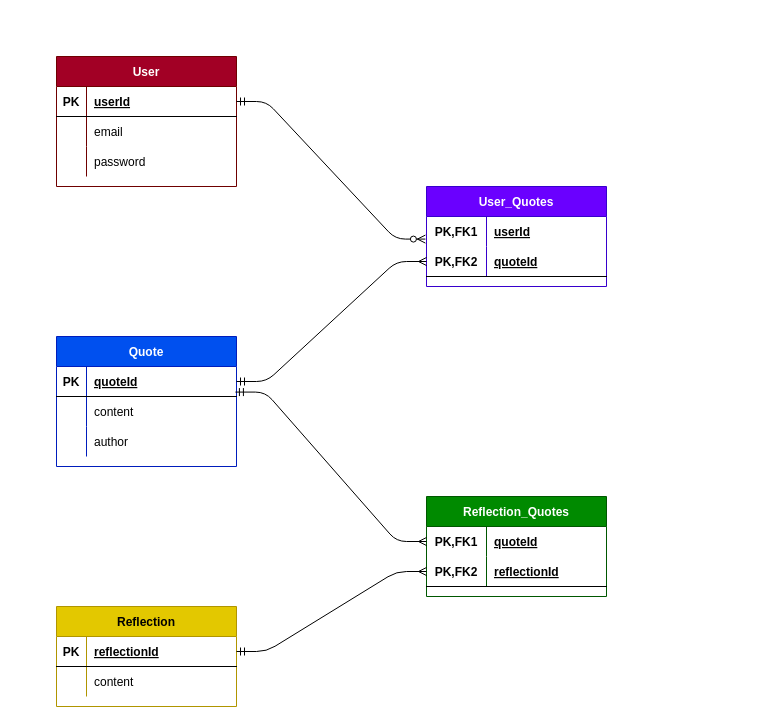
syorn96/WordsNotFromBuddha keeps this draw.io diagram as ERD.drawio. Above is the earlier version. Source tidied: cells renumbered, new cells numbered last; positions are measured from the earlier drawing's top-left corner, leaving out a move shared by most shapes. Both pictures are drawn from the tidied source at 100%, with x=0, y=0 at pixel (56, 56).
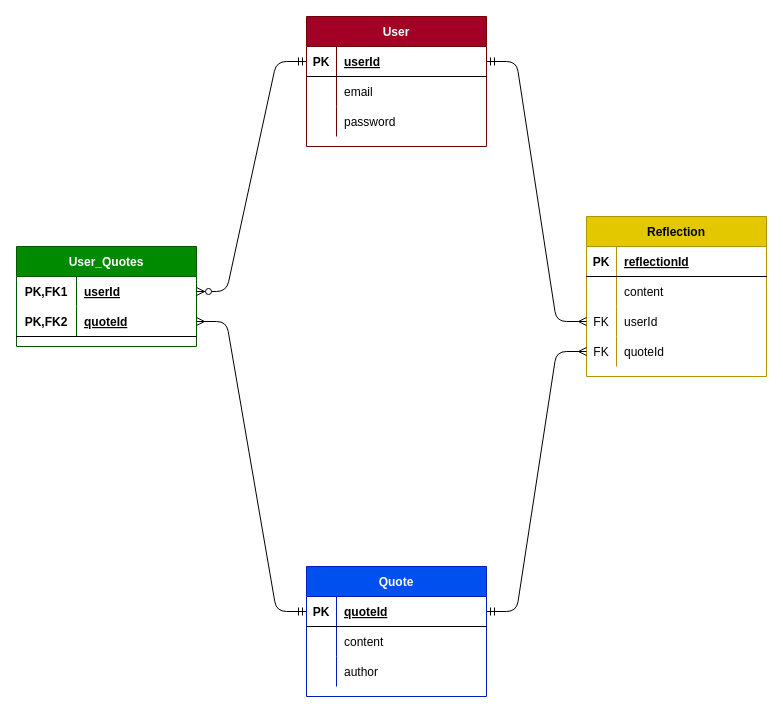
The same page after the edit.

Unchanged cells that the change refers to:
```xml
<mxCell id="3" style="shape=partialRectangle;fillColor=none;top=0;left=0;bottom=1;right=0;points=[[0,0.5],[1,0.5]];portConstraint=eastwest;" parent="2" vertex="1">
  <mxGeometry y="30" width="180" height="30" as="geometry" />
</mxCell>
<mxCell id="13" style="shape=partialRectangle;fillColor=none;top=0;left=0;bottom=1;right=0;points=[[0,0.5],[1,0.5]];portConstraint=eastwest;" parent="12" vertex="1">
  <mxGeometry y="30" width="180" height="30" as="geometry" />
</mxCell>
<mxCell id="23" style="shape=partialRectangle;fillColor=none;top=0;left=0;bottom=1;right=0;points=[[0,0.5],[1,0.5]];portConstraint=eastwest;" parent="22" vertex="1">
  <mxGeometry y="30" width="180" height="30" as="geometry" />
</mxCell>
<mxCell id="30" style="shape=partialRectangle;fillColor=none;top=0;left=0;bottom=0;right=0;points=[[0,0.5],[1,0.5]];portConstraint=eastwest;" parent="29" vertex="1">
  <mxGeometry y="30" width="180" height="30" as="geometry" />
</mxCell>
<mxCell id="33" style="shape=partialRectangle;fillColor=none;top=0;left=0;bottom=1;right=0;points=[[0,0.5],[1,0.5]];portConstraint=eastwest;" parent="29" vertex="1">
  <mxGeometry y="60" width="180" height="30" as="geometry" />
</mxCell>
```

Diff of the diagram source:
```diff
@@
     <mxCell id="2" value="User" style="shape=table;startSize=30;childLayout=tableLayout;rowLines=0;fontStyle=1;align=center;swimlaneFillColor=default;fillColor=#a20025;fontColor=#ffffff;strokeColor=#6F0000;" parent="1" vertex="1">
-      <mxGeometry width="180" height="130" as="geometry" />
+      <mxGeometry x="250" y="-40" width="180" height="130" as="geometry" />
     </mxCell>
@@
     <mxCell id="12" value="Quote" style="shape=table;startSize=30;childLayout=tableLayout;rowLines=0;fontStyle=1;align=center;swimlaneFillColor=default;fillColor=#0050ef;fontColor=#ffffff;strokeColor=#001DBC;" parent="1" vertex="1">
-      <mxGeometry y="280" width="180" height="130" as="geometry" />
+      <mxGeometry x="250" y="510" width="180" height="130" as="geometry" />
     </mxCell>
@@
     <mxCell id="22" value="Reflection" style="shape=table;startSize=30;childLayout=tableLayout;rowLines=0;fontStyle=1;align=center;swimlaneFillColor=default;fillColor=#e3c800;fontColor=#000000;strokeColor=#B09500;" parent="1" vertex="1">
-      <mxGeometry y="550" width="180" height="100" as="geometry" />
+      <mxGeometry x="530" y="160" width="180" height="160" as="geometry" />
     </mxCell>
@@
+    <mxCell id="47" style="shape=partialRectangle;fillColor=none;top=0;left=0;bottom=0;right=0;points=[[0,0.5],[1,0.5]];portConstraint=eastwest;" parent="22" vertex="1">
+      <mxGeometry y="90" width="180" height="30" as="geometry" />
+    </mxCell>
+    <mxCell id="48" value="FK" style="shape=partialRectangle;fillColor=none;top=0;left=0;bottom=0;right=0;overflow=hidden;" parent="47" vertex="1">
+      <mxGeometry width="30" height="30" as="geometry" />
+    </mxCell>
+    <mxCell id="49" value="userId" style="shape=partialRectangle;fillColor=none;top=0;left=0;bottom=0;right=0;align=left;spacingLeft=6;overflow=hidden;" parent="47" vertex="1">
+      <mxGeometry x="30" width="150" height="30" as="geometry" />
+    </mxCell>
+    <mxCell id="50" style="shape=partialRectangle;fillColor=none;top=0;left=0;bottom=0;right=0;points=[[0,0.5],[1,0.5]];portConstraint=eastwest;" parent="22" vertex="1">
+      <mxGeometry y="120" width="180" height="30" as="geometry" />
+    </mxCell>
+    <mxCell id="51" value="FK" style="shape=partialRectangle;fillColor=none;top=0;left=0;bottom=0;right=0;overflow=hidden;" parent="50" vertex="1">
+      <mxGeometry width="30" height="30" as="geometry" />
+    </mxCell>
+    <mxCell id="39" value="quoteId" style="shape=partialRectangle;fillColor=none;top=0;left=0;bottom=0;right=0;align=left;spacingLeft=6;overflow=hidden;" parent="50" vertex="1">
+      <mxGeometry x="30" width="150" height="30" as="geometry" />
+    </mxCell>
-    <mxCell id="29" value="User_Quotes" style="shape=table;startSize=30;childLayout=tableLayout;rowLines=0;fontStyle=1;align=center;fillColor=#6a00ff;strokeColor=#3700CC;fontColor=#ffffff;" parent="1" vertex="1">
-      <mxGeometry x="370" y="130" width="180" height="100" as="geometry" />
+    <mxCell id="29" value="User_Quotes" style="shape=table;startSize=30;childLayout=tableLayout;rowLines=0;fontStyle=1;align=center;fillColor=#008a00;strokeColor=#005700;fontColor=#ffffff;" parent="1" vertex="1">
+      <mxGeometry x="-40" y="190" width="180" height="100" as="geometry" />
     </mxCell>
@@
-    <mxCell id="36" value="Reflection_Quotes" style="shape=table;startSize=30;childLayout=tableLayout;rowLines=0;fontStyle=1;align=center;fillColor=#008a00;fontColor=#ffffff;strokeColor=#005700;" parent="1" vertex="1">
-      <mxGeometry x="370" y="440" width="180" height="100" as="geometry" />
-    </mxCell>
-    <mxCell id="37" style="shape=partialRectangle;fillColor=none;top=0;left=0;bottom=0;right=0;points=[[0,0.5],[1,0.5]];portConstraint=eastwest;" parent="36" vertex="1">
-      <mxGeometry y="30" width="180" height="30" as="geometry" />
-    </mxCell>
-    <mxCell id="38" value="PK,FK1" style="shape=partialRectangle;fillColor=none;top=0;left=0;bottom=0;right=0;fontStyle=1;overflow=hidden;" parent="37" vertex="1">
-      <mxGeometry width="60" height="30" as="geometry" />
-    </mxCell>
-    <mxCell id="39" value="quoteId" style="shape=partialRectangle;fillColor=none;top=0;left=0;bottom=0;right=0;align=left;spacingLeft=6;fontStyle=5;overflow=hidden;" parent="37" vertex="1">
-      <mxGeometry x="60" width="120" height="30" as="geometry" />
-    </mxCell>
-    <mxCell id="40" style="shape=partialRectangle;fillColor=none;top=0;left=0;bottom=1;right=0;points=[[0,0.5],[1,0.5]];portConstraint=eastwest;" parent="36" vertex="1">
-      <mxGeometry y="60" width="180" height="30" as="geometry" />
-    </mxCell>
-    <mxCell id="41" value="PK,FK2" style="shape=partialRectangle;fillColor=none;top=0;left=0;bottom=0;right=0;fontStyle=1;overflow=hidden;" parent="40" vertex="1">
-      <mxGeometry width="60" height="30" as="geometry" />
-    </mxCell>
-    <mxCell id="42" value="reflectionId" style="shape=partialRectangle;fillColor=none;top=0;left=0;bottom=0;right=0;align=left;spacingLeft=6;fontStyle=5;overflow=hidden;" parent="40" vertex="1">
-      <mxGeometry x="60" width="120" height="30" as="geometry" />
-    </mxCell>
-    <mxCell id="43" style="edgeStyle=entityRelationEdgeStyle;fontSize=12;html=1;endArrow=ERzeroToMany;startArrow=ERmandOne;exitX=1;exitY=0.5;exitDx=0;exitDy=0;entryX=-0.006;entryY=0.753;entryDx=0;entryDy=0;entryPerimeter=0;" parent="1" edge="1" source="3" target="30">
+    <mxCell id="43" style="edgeStyle=entityRelationEdgeStyle;fontSize=12;html=1;endArrow=ERzeroToMany;startArrow=ERmandOne;exitX=0;exitY=0.5;exitDx=0;exitDy=0;entryX=1;entryY=0.5;entryDx=0;entryDy=0;" parent="1" edge="1" source="3" target="30">
       <mxGeometry relative="1" as="geometry" />
     </mxCell>
-    <mxCell id="44" style="edgeStyle=entityRelationEdgeStyle;fontSize=12;html=1;endArrow=ERmany;startArrow=ERmandOne;exitX=1;exitY=0.5;exitDx=0;exitDy=0;entryX=0;entryY=0.5;entryDx=0;entryDy=0;endFill=0;" parent="1" edge="1" source="23" target="40">
+    <mxCell id="44" style="edgeStyle=entityRelationEdgeStyle;fontSize=12;html=1;endArrow=ERmany;startArrow=ERmandOne;endFill=0;entryX=0;entryY=0.5;entryDx=0;entryDy=0;exitX=1;exitY=0.5;exitDx=0;exitDy=0;" parent="1" edge="1" source="3" target="47">
       <mxGeometry relative="1" as="geometry" />
     </mxCell>
-    <mxCell id="45" style="edgeStyle=entityRelationEdgeStyle;fontSize=12;html=1;endArrow=ERmany;startArrow=ERmandOne;exitX=0.994;exitY=0.853;exitDx=0;exitDy=0;exitPerimeter=0;entryX=0;entryY=0.5;entryDx=0;entryDy=0;endFill=0;" parent="1" edge="1" source="13" target="37">
+    <mxCell id="45" style="edgeStyle=entityRelationEdgeStyle;fontSize=12;html=1;endArrow=ERmany;startArrow=ERmandOne;entryX=0;entryY=0.5;entryDx=0;entryDy=0;endFill=0;exitX=1;exitY=0.5;exitDx=0;exitDy=0;" parent="1" edge="1" source="13" target="50">
       <mxGeometry relative="1" as="geometry" />
     </mxCell>
-    <mxCell id="46" style="edgeStyle=entityRelationEdgeStyle;fontSize=12;html=1;endArrow=ERmany;startArrow=ERmandOne;exitX=1;exitY=0.5;exitDx=0;exitDy=0;entryX=0;entryY=0.5;entryDx=0;entryDy=0;endFill=0;" parent="1" edge="1" source="13" target="33">
+    <mxCell id="46" style="edgeStyle=entityRelationEdgeStyle;fontSize=12;html=1;endArrow=ERmany;startArrow=ERmandOne;exitX=0;exitY=0.5;exitDx=0;exitDy=0;entryX=1;entryY=0.5;entryDx=0;entryDy=0;endFill=0;" parent="1" edge="1" source="13" target="33">
       <mxGeometry relative="1" as="geometry" />
     </mxCell>
```
